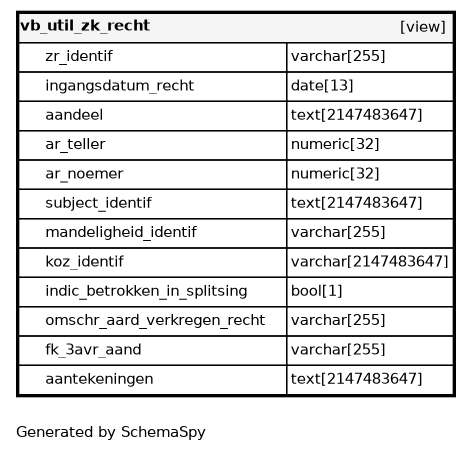
This is datamodel/schemaspy/brk/diagrams/tables/vb_util_zk_recht.1degree.png from B3Partners/brmo, a Graphviz export, as it was before one commit. Its source is kept beside it as datamodel/schemaspy/brk/diagrams/tables/vb_util_zk_recht.1degree.dot.
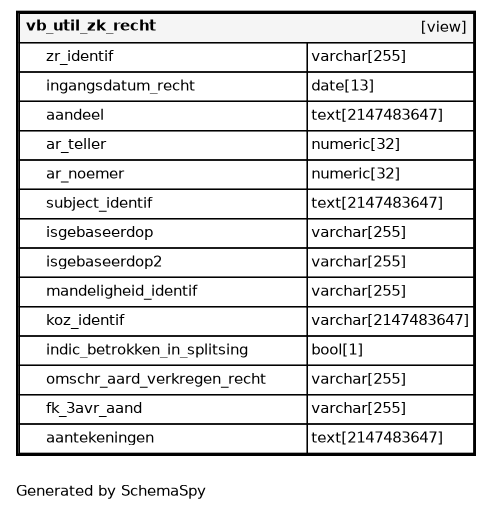
Above is the later version.

What changed in the source:
```diff
@@ -1,21 +1,23 @@
 digraph "oneDegreeRelationshipsDiagram" {
-  graph [    rankdir="RL"    bgcolor="#ffffff"    label="\nGenerated by SchemaSpy"    labeljust="l"    nodesep="0.18"    ranksep="0.46"    fontname="Helvetica"    fontsize="11"    ration="compress"  ];  node [    fontname="Helvetica"    fontsize="11"    shape="plaintext"  ];  edge [    arrowsize="0.8"  ];
+  graph [    rankdir="RL"    bgcolor="#ffffff"    label="\nGenerated by SchemaSpy"    labeljust="l"    nodesep="0.18"    ranksep="0.46"    fontname="Helvetica"    fontsize="11"    packmode="graph"  ];  node [    fontname="Helvetica"    fontsize="11"    shape="plaintext"  ];  edge [    arrowsize="0.8"  ];
   "vb_util_zk_recht" [
    label=<
     <TABLE BORDER="2" CELLBORDER="1" CELLSPACING="0" BGCOLOR="#ffffff">
-      <TR><TD COLSPAN="4"  BGCOLOR="#f5f5f5"><TABLE BORDER="0" CELLSPACING="0"><TR><TD ALIGN="LEFT" FIXEDSIZE="TRUE" WIDTH="94" HEIGHT="16"><B>vb_util_zk_recht</B></TD><TD ALIGN="RIGHT">[view]</TD></TR></TABLE></TD></TR>
-      <TR><TD PORT="zr_identif" COLSPAN="2" ALIGN="LEFT"><TABLE BORDER="0" CELLSPACING="0" ALIGN="LEFT"><TR ALIGN="LEFT"><TD ALIGN="LEFT" FIXEDSIZE="TRUE" WIDTH="15" HEIGHT="16"></TD><TD ALIGN="LEFT" FIXEDSIZE="TRUE" WIDTH="180" HEIGHT="16">zr_identif</TD></TR></TABLE></TD><TD PORT="zr_identif.type" ALIGN="LEFT">varchar[255]</TD></TR>
-      <TR><TD PORT="ingangsdatum_recht" COLSPAN="2" ALIGN="LEFT"><TABLE BORDER="0" CELLSPACING="0" ALIGN="LEFT"><TR ALIGN="LEFT"><TD ALIGN="LEFT" FIXEDSIZE="TRUE" WIDTH="15" HEIGHT="16"></TD><TD ALIGN="LEFT" FIXEDSIZE="TRUE" WIDTH="180" HEIGHT="16">ingangsdatum_recht</TD></TR></TABLE></TD><TD PORT="ingangsdatum_recht.type" ALIGN="LEFT">date[13]</TD></TR>
-      <TR><TD PORT="aandeel" COLSPAN="2" ALIGN="LEFT"><TABLE BORDER="0" CELLSPACING="0" ALIGN="LEFT"><TR ALIGN="LEFT"><TD ALIGN="LEFT" FIXEDSIZE="TRUE" WIDTH="15" HEIGHT="16"></TD><TD ALIGN="LEFT" FIXEDSIZE="TRUE" WIDTH="180" HEIGHT="16">aandeel</TD></TR></TABLE></TD><TD PORT="aandeel.type" ALIGN="LEFT">text[2147483647]</TD></TR>
-      <TR><TD PORT="ar_teller" COLSPAN="2" ALIGN="LEFT"><TABLE BORDER="0" CELLSPACING="0" ALIGN="LEFT"><TR ALIGN="LEFT"><TD ALIGN="LEFT" FIXEDSIZE="TRUE" WIDTH="15" HEIGHT="16"></TD><TD ALIGN="LEFT" FIXEDSIZE="TRUE" WIDTH="180" HEIGHT="16">ar_teller</TD></TR></TABLE></TD><TD PORT="ar_teller.type" ALIGN="LEFT">numeric[32]</TD></TR>
-      <TR><TD PORT="ar_noemer" COLSPAN="2" ALIGN="LEFT"><TABLE BORDER="0" CELLSPACING="0" ALIGN="LEFT"><TR ALIGN="LEFT"><TD ALIGN="LEFT" FIXEDSIZE="TRUE" WIDTH="15" HEIGHT="16"></TD><TD ALIGN="LEFT" FIXEDSIZE="TRUE" WIDTH="180" HEIGHT="16">ar_noemer</TD></TR></TABLE></TD><TD PORT="ar_noemer.type" ALIGN="LEFT">numeric[32]</TD></TR>
-      <TR><TD PORT="subject_identif" COLSPAN="2" ALIGN="LEFT"><TABLE BORDER="0" CELLSPACING="0" ALIGN="LEFT"><TR ALIGN="LEFT"><TD ALIGN="LEFT" FIXEDSIZE="TRUE" WIDTH="15" HEIGHT="16"></TD><TD ALIGN="LEFT" FIXEDSIZE="TRUE" WIDTH="180" HEIGHT="16">subject_identif</TD></TR></TABLE></TD><TD PORT="subject_identif.type" ALIGN="LEFT">text[2147483647]</TD></TR>
-      <TR><TD PORT="mandeligheid_identif" COLSPAN="2" ALIGN="LEFT"><TABLE BORDER="0" CELLSPACING="0" ALIGN="LEFT"><TR ALIGN="LEFT"><TD ALIGN="LEFT" FIXEDSIZE="TRUE" WIDTH="15" HEIGHT="16"></TD><TD ALIGN="LEFT" FIXEDSIZE="TRUE" WIDTH="180" HEIGHT="16">mandeligheid_identif</TD></TR></TABLE></TD><TD PORT="mandeligheid_identif.type" ALIGN="LEFT">varchar[255]</TD></TR>
-      <TR><TD PORT="koz_identif" COLSPAN="2" ALIGN="LEFT"><TABLE BORDER="0" CELLSPACING="0" ALIGN="LEFT"><TR ALIGN="LEFT"><TD ALIGN="LEFT" FIXEDSIZE="TRUE" WIDTH="15" HEIGHT="16"></TD><TD ALIGN="LEFT" FIXEDSIZE="TRUE" WIDTH="180" HEIGHT="16">koz_identif</TD></TR></TABLE></TD><TD PORT="koz_identif.type" ALIGN="LEFT">varchar[2147483647]</TD></TR>
-      <TR><TD PORT="indic_betrokken_in_splitsing" COLSPAN="2" ALIGN="LEFT"><TABLE BORDER="0" CELLSPACING="0" ALIGN="LEFT"><TR ALIGN="LEFT"><TD ALIGN="LEFT" FIXEDSIZE="TRUE" WIDTH="15" HEIGHT="16"></TD><TD ALIGN="LEFT" FIXEDSIZE="TRUE" WIDTH="180" HEIGHT="16">indic_betrokken_in_splitsing</TD></TR></TABLE></TD><TD PORT="indic_betrokken_in_splitsing.type" ALIGN="LEFT">bool[1]</TD></TR>
-      <TR><TD PORT="omschr_aard_verkregen_recht" COLSPAN="2" ALIGN="LEFT"><TABLE BORDER="0" CELLSPACING="0" ALIGN="LEFT"><TR ALIGN="LEFT"><TD ALIGN="LEFT" FIXEDSIZE="TRUE" WIDTH="15" HEIGHT="16"></TD><TD ALIGN="LEFT" FIXEDSIZE="TRUE" WIDTH="180" HEIGHT="16">omschr_aard_verkregen_recht</TD></TR></TABLE></TD><TD PORT="omschr_aard_verkregen_recht.type" ALIGN="LEFT">varchar[255]</TD></TR>
-      <TR><TD PORT="fk_3avr_aand" COLSPAN="2" ALIGN="LEFT"><TABLE BORDER="0" CELLSPACING="0" ALIGN="LEFT"><TR ALIGN="LEFT"><TD ALIGN="LEFT" FIXEDSIZE="TRUE" WIDTH="15" HEIGHT="16"></TD><TD ALIGN="LEFT" FIXEDSIZE="TRUE" WIDTH="180" HEIGHT="16">fk_3avr_aand</TD></TR></TABLE></TD><TD PORT="fk_3avr_aand.type" ALIGN="LEFT">varchar[255]</TD></TR>
-      <TR><TD PORT="aantekeningen" COLSPAN="2" ALIGN="LEFT"><TABLE BORDER="0" CELLSPACING="0" ALIGN="LEFT"><TR ALIGN="LEFT"><TD ALIGN="LEFT" FIXEDSIZE="TRUE" WIDTH="15" HEIGHT="16"></TD><TD ALIGN="LEFT" FIXEDSIZE="TRUE" WIDTH="180" HEIGHT="16">aantekeningen</TD></TR></TABLE></TD><TD PORT="aantekeningen.type" ALIGN="LEFT">text[2147483647]</TD></TR>
+      <TR><TD COLSPAN="4"  BGCOLOR="#f5f5f5"><TABLE BORDER="0" CELLSPACING="0"><TR><TD ALIGN="LEFT" FIXEDSIZE="TRUE" WIDTH="102" HEIGHT="16"><B>vb_util_zk_recht</B></TD><TD ALIGN="RIGHT">[view]</TD></TR></TABLE></TD></TR>
+      <TR><TD PORT="zr_identif" COLSPAN="2" ALIGN="LEFT"><TABLE BORDER="0" CELLSPACING="0" ALIGN="LEFT"><TR ALIGN="LEFT"><TD ALIGN="LEFT" FIXEDSIZE="TRUE" WIDTH="15" HEIGHT="16"></TD><TD ALIGN="LEFT" FIXEDSIZE="TRUE" WIDTH="195" HEIGHT="16">zr_identif</TD></TR></TABLE></TD><TD PORT="zr_identif.type" ALIGN="LEFT">varchar[255]</TD></TR>
+      <TR><TD PORT="ingangsdatum_recht" COLSPAN="2" ALIGN="LEFT"><TABLE BORDER="0" CELLSPACING="0" ALIGN="LEFT"><TR ALIGN="LEFT"><TD ALIGN="LEFT" FIXEDSIZE="TRUE" WIDTH="15" HEIGHT="16"></TD><TD ALIGN="LEFT" FIXEDSIZE="TRUE" WIDTH="195" HEIGHT="16">ingangsdatum_recht</TD></TR></TABLE></TD><TD PORT="ingangsdatum_recht.type" ALIGN="LEFT">date[13]</TD></TR>
+      <TR><TD PORT="aandeel" COLSPAN="2" ALIGN="LEFT"><TABLE BORDER="0" CELLSPACING="0" ALIGN="LEFT"><TR ALIGN="LEFT"><TD ALIGN="LEFT" FIXEDSIZE="TRUE" WIDTH="15" HEIGHT="16"></TD><TD ALIGN="LEFT" FIXEDSIZE="TRUE" WIDTH="195" HEIGHT="16">aandeel</TD></TR></TABLE></TD><TD PORT="aandeel.type" ALIGN="LEFT">text[2147483647]</TD></TR>
+      <TR><TD PORT="ar_teller" COLSPAN="2" ALIGN="LEFT"><TABLE BORDER="0" CELLSPACING="0" ALIGN="LEFT"><TR ALIGN="LEFT"><TD ALIGN="LEFT" FIXEDSIZE="TRUE" WIDTH="15" HEIGHT="16"></TD><TD ALIGN="LEFT" FIXEDSIZE="TRUE" WIDTH="195" HEIGHT="16">ar_teller</TD></TR></TABLE></TD><TD PORT="ar_teller.type" ALIGN="LEFT">numeric[32]</TD></TR>
+      <TR><TD PORT="ar_noemer" COLSPAN="2" ALIGN="LEFT"><TABLE BORDER="0" CELLSPACING="0" ALIGN="LEFT"><TR ALIGN="LEFT"><TD ALIGN="LEFT" FIXEDSIZE="TRUE" WIDTH="15" HEIGHT="16"></TD><TD ALIGN="LEFT" FIXEDSIZE="TRUE" WIDTH="195" HEIGHT="16">ar_noemer</TD></TR></TABLE></TD><TD PORT="ar_noemer.type" ALIGN="LEFT">numeric[32]</TD></TR>
+      <TR><TD PORT="subject_identif" COLSPAN="2" ALIGN="LEFT"><TABLE BORDER="0" CELLSPACING="0" ALIGN="LEFT"><TR ALIGN="LEFT"><TD ALIGN="LEFT" FIXEDSIZE="TRUE" WIDTH="15" HEIGHT="16"></TD><TD ALIGN="LEFT" FIXEDSIZE="TRUE" WIDTH="195" HEIGHT="16">subject_identif</TD></TR></TABLE></TD><TD PORT="subject_identif.type" ALIGN="LEFT">text[2147483647]</TD></TR>
+      <TR><TD PORT="isgebaseerdop" COLSPAN="2" ALIGN="LEFT"><TABLE BORDER="0" CELLSPACING="0" ALIGN="LEFT"><TR ALIGN="LEFT"><TD ALIGN="LEFT" FIXEDSIZE="TRUE" WIDTH="15" HEIGHT="16"></TD><TD ALIGN="LEFT" FIXEDSIZE="TRUE" WIDTH="195" HEIGHT="16">isgebaseerdop</TD></TR></TABLE></TD><TD PORT="isgebaseerdop.type" ALIGN="LEFT">varchar[255]</TD></TR>
+      <TR><TD PORT="isgebaseerdop2" COLSPAN="2" ALIGN="LEFT"><TABLE BORDER="0" CELLSPACING="0" ALIGN="LEFT"><TR ALIGN="LEFT"><TD ALIGN="LEFT" FIXEDSIZE="TRUE" WIDTH="15" HEIGHT="16"></TD><TD ALIGN="LEFT" FIXEDSIZE="TRUE" WIDTH="195" HEIGHT="16">isgebaseerdop2</TD></TR></TABLE></TD><TD PORT="isgebaseerdop2.type" ALIGN="LEFT">varchar[255]</TD></TR>
+      <TR><TD PORT="mandeligheid_identif" COLSPAN="2" ALIGN="LEFT"><TABLE BORDER="0" CELLSPACING="0" ALIGN="LEFT"><TR ALIGN="LEFT"><TD ALIGN="LEFT" FIXEDSIZE="TRUE" WIDTH="15" HEIGHT="16"></TD><TD ALIGN="LEFT" FIXEDSIZE="TRUE" WIDTH="195" HEIGHT="16">mandeligheid_identif</TD></TR></TABLE></TD><TD PORT="mandeligheid_identif.type" ALIGN="LEFT">varchar[255]</TD></TR>
+      <TR><TD PORT="koz_identif" COLSPAN="2" ALIGN="LEFT"><TABLE BORDER="0" CELLSPACING="0" ALIGN="LEFT"><TR ALIGN="LEFT"><TD ALIGN="LEFT" FIXEDSIZE="TRUE" WIDTH="15" HEIGHT="16"></TD><TD ALIGN="LEFT" FIXEDSIZE="TRUE" WIDTH="195" HEIGHT="16">koz_identif</TD></TR></TABLE></TD><TD PORT="koz_identif.type" ALIGN="LEFT">varchar[2147483647]</TD></TR>
+      <TR><TD PORT="indic_betrokken_in_splitsing" COLSPAN="2" ALIGN="LEFT"><TABLE BORDER="0" CELLSPACING="0" ALIGN="LEFT"><TR ALIGN="LEFT"><TD ALIGN="LEFT" FIXEDSIZE="TRUE" WIDTH="15" HEIGHT="16"></TD><TD ALIGN="LEFT" FIXEDSIZE="TRUE" WIDTH="195" HEIGHT="16">indic_betrokken_in_splitsing</TD></TR></TABLE></TD><TD PORT="indic_betrokken_in_splitsing.type" ALIGN="LEFT">bool[1]</TD></TR>
+      <TR><TD PORT="omschr_aard_verkregen_recht" COLSPAN="2" ALIGN="LEFT"><TABLE BORDER="0" CELLSPACING="0" ALIGN="LEFT"><TR ALIGN="LEFT"><TD ALIGN="LEFT" FIXEDSIZE="TRUE" WIDTH="15" HEIGHT="16"></TD><TD ALIGN="LEFT" FIXEDSIZE="TRUE" WIDTH="195" HEIGHT="16">omschr_aard_verkregen_recht</TD></TR></TABLE></TD><TD PORT="omschr_aard_verkregen_recht.type" ALIGN="LEFT">varchar[255]</TD></TR>
+      <TR><TD PORT="fk_3avr_aand" COLSPAN="2" ALIGN="LEFT"><TABLE BORDER="0" CELLSPACING="0" ALIGN="LEFT"><TR ALIGN="LEFT"><TD ALIGN="LEFT" FIXEDSIZE="TRUE" WIDTH="15" HEIGHT="16"></TD><TD ALIGN="LEFT" FIXEDSIZE="TRUE" WIDTH="195" HEIGHT="16">fk_3avr_aand</TD></TR></TABLE></TD><TD PORT="fk_3avr_aand.type" ALIGN="LEFT">varchar[255]</TD></TR>
+      <TR><TD PORT="aantekeningen" COLSPAN="2" ALIGN="LEFT"><TABLE BORDER="0" CELLSPACING="0" ALIGN="LEFT"><TR ALIGN="LEFT"><TD ALIGN="LEFT" FIXEDSIZE="TRUE" WIDTH="15" HEIGHT="16"></TD><TD ALIGN="LEFT" FIXEDSIZE="TRUE" WIDTH="195" HEIGHT="16">aantekeningen</TD></TR></TABLE></TD><TD PORT="aantekeningen.type" ALIGN="LEFT">text[2147483647]</TD></TR>
     </TABLE>>
     URL="vb_util_zk_recht.html"
     target="_top"
```
